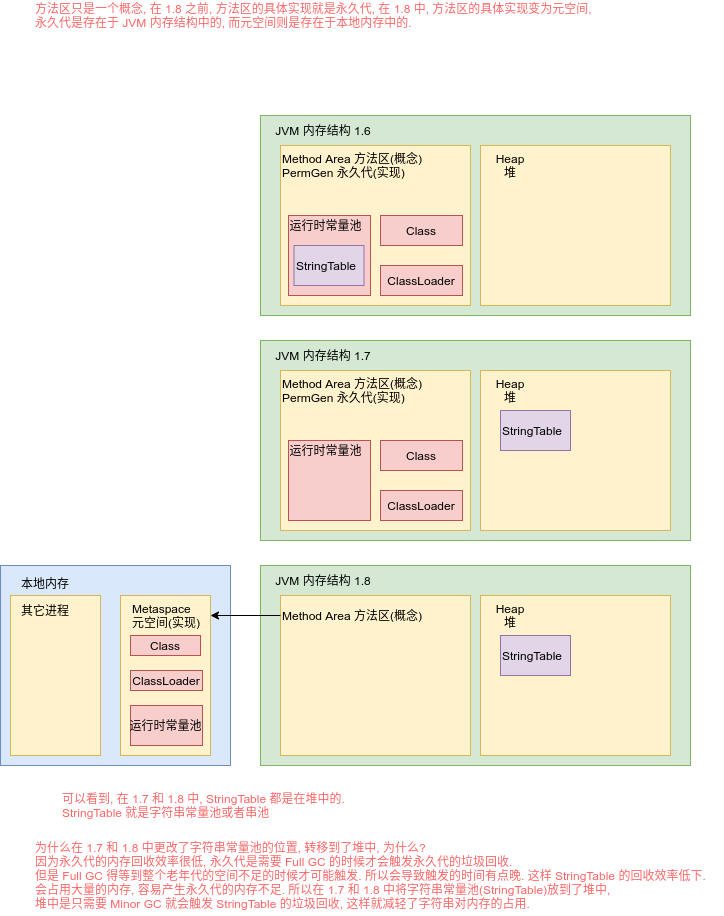
ChanServy/CDN2 keeps this draw.io diagram as jvm/image07.png. Above is the earlier version. Source tidied: cells renumbered, new cells last; positions are measured from the earlier drawing's top-left corner, leaving out a move shared by most shapes.
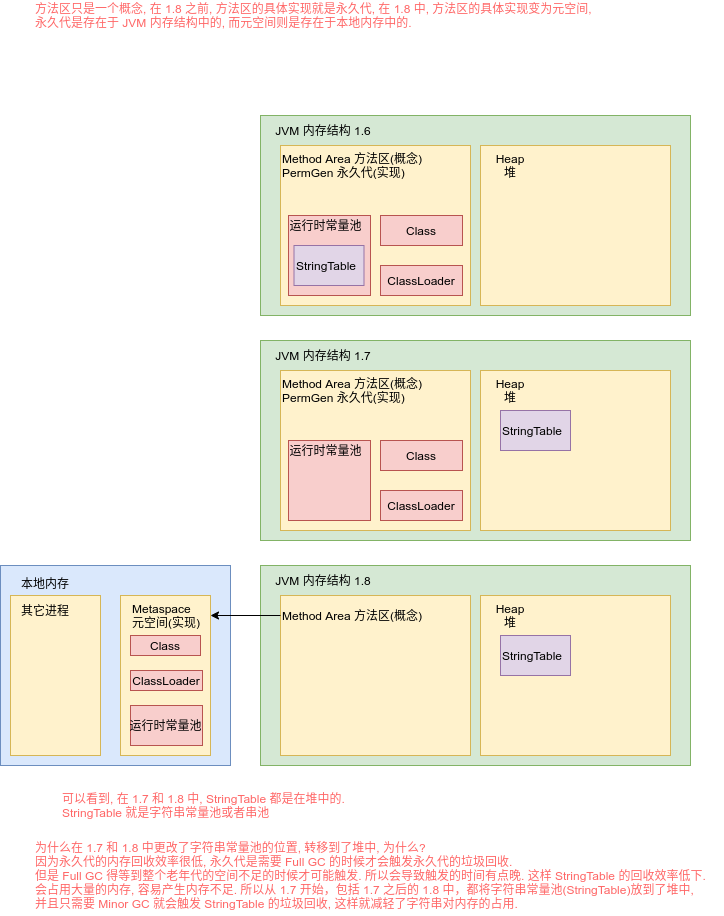
Above is the later version.

Change to the diagram source:
```diff
@@ -128,7 +128,7 @@
     <mxCell id="43" value="&lt;font color=&quot;#ff6666&quot;&gt;可以看到, 在 1.7 和 1.8 中, StringTable 都是在堆中的.&lt;br&gt;StringTable 就是字符串常量池或者串池&lt;br&gt;&lt;/font&gt;" style="text;html=1;align=left;verticalAlign=middle;" parent="1" vertex="1">
       <mxGeometry x="60" y="790" width="300" height="30" as="geometry" />
     </mxCell>
-    <mxCell id="44" value="&lt;span style=&quot;font-family: &amp;#34;open sans&amp;#34; , &amp;#34;clear sans&amp;#34; , &amp;#34;helvetica neue&amp;#34; , &amp;#34;helvetica&amp;#34; , &amp;#34;arial&amp;#34; , &amp;#34;segoe ui emoji&amp;#34; , sans-serif ; background-color: rgb(255 , 255 , 255)&quot;&gt;&lt;font style=&quot;font-size: 12px&quot; color=&quot;#ff6666&quot;&gt;为什么在 1.7 和 1.8 中更改了字符串常量池的位置, 转移到了堆中, 为什么?&lt;br&gt;因为永久代的内存回收效率很低, 永久代是需要 Full GC 的时候才会触发永久代的垃圾回收.&lt;br&gt;但是 Full GC 得等到整个老年代的空间不足的时候才可能触发. 所以会导致触发的时间有点晚. 这样 StringTable 的回收效率低下.&lt;br&gt;会占用大量的内存, 容易产生永久代的内存不足. 所以在 1.7 和 1.8 中将字符串常量池(StringTable)放到了堆中, &lt;br&gt;堆中是只需要 Minor GC 就会触发 StringTable 的垃圾回收, 这样就减轻了字符串对内存的占用.&lt;/font&gt;&lt;/span&gt;" style="text;html=1;align=left;verticalAlign=middle;" parent="1" vertex="1">
+    <mxCell id="44" value="&lt;span style=&quot;font-family: &amp;#34;open sans&amp;#34; , &amp;#34;clear sans&amp;#34; , &amp;#34;helvetica neue&amp;#34; , &amp;#34;helvetica&amp;#34; , &amp;#34;arial&amp;#34; , &amp;#34;segoe ui emoji&amp;#34; , sans-serif ; background-color: rgb(255 , 255 , 255)&quot;&gt;&lt;font style=&quot;font-size: 12px&quot; color=&quot;#ff6666&quot;&gt;为什么在 1.7 和 1.8 中更改了字符串常量池的位置, 转移到了堆中, 为什么?&lt;br&gt;因为永久代的内存回收效率很低, 永久代是需要 Full GC 的时候才会触发永久代的垃圾回收.&lt;br&gt;但是 Full GC 得等到整个老年代的空间不足的时候才可能触发. 所以会导致触发的时间有点晚. 这样 StringTable 的回收效率低下.&lt;br&gt;会占用大量的内存, 容易产生内存不足. 所以从 1.7 开始，包括 1.7 之后的 1.8 中，都将字符串常量池(StringTable)放到了堆中, &lt;br&gt;并且只需要 Minor GC 就会触发 StringTable 的垃圾回收, 这样就减轻了字符串对内存的占用.&lt;/font&gt;&lt;/span&gt;" style="text;html=1;align=left;verticalAlign=middle;" parent="1" vertex="1">
       <mxGeometry x="33" y="835" width="690" height="80" as="geometry" />
     </mxCell>
   </root>
```
